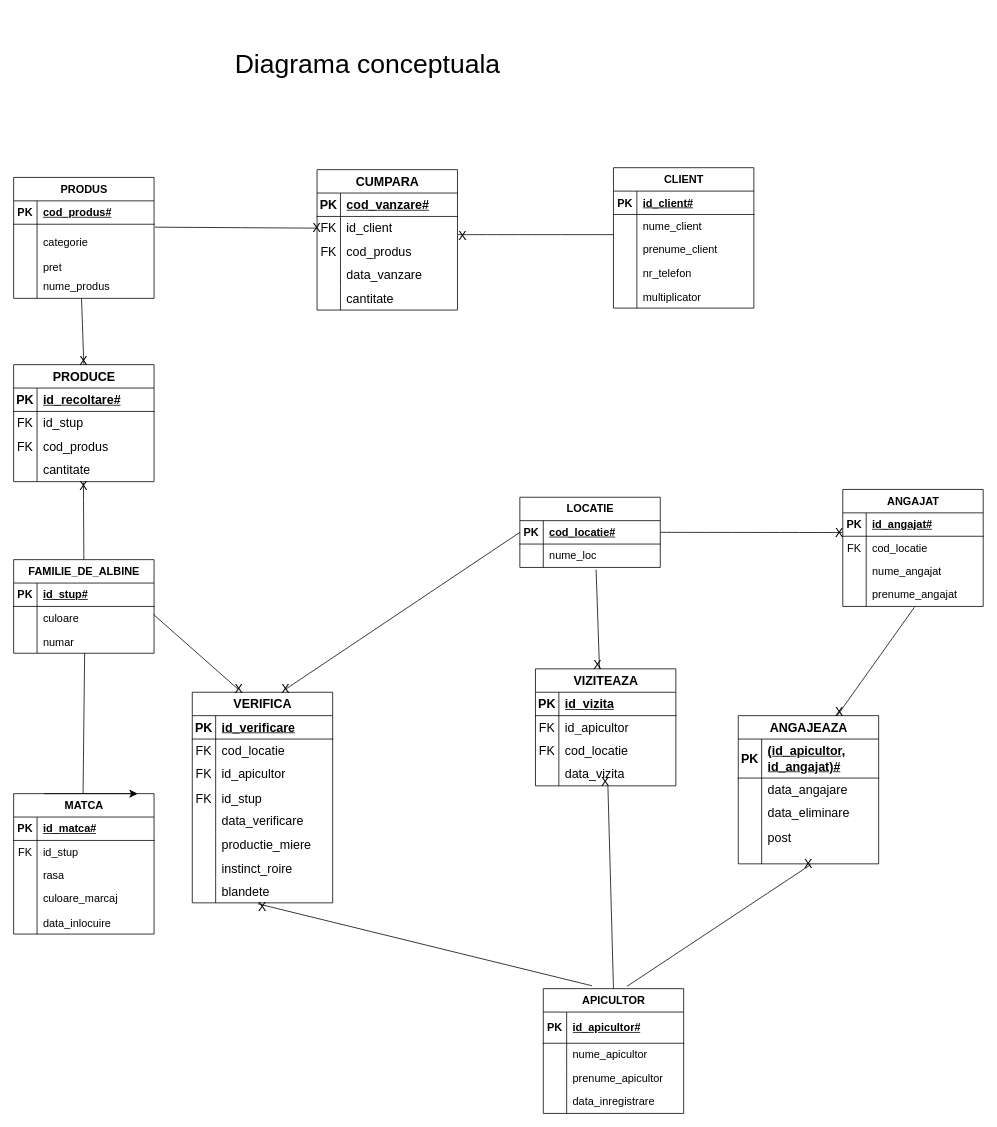
Before: page "Page-1" (1 of 2) of Database diagrams.drawio in Matoka26/DataBase-Stupina, a draw.io diagram. Source tidied: cells renumbered, new cells numbered last; positions are measured from the earlier drawing's top-left corner, leaving out a move shared by most shapes. Both pictures are drawn from the tidied source at 78%, with x=0, y=0 at pixel (13, 13).
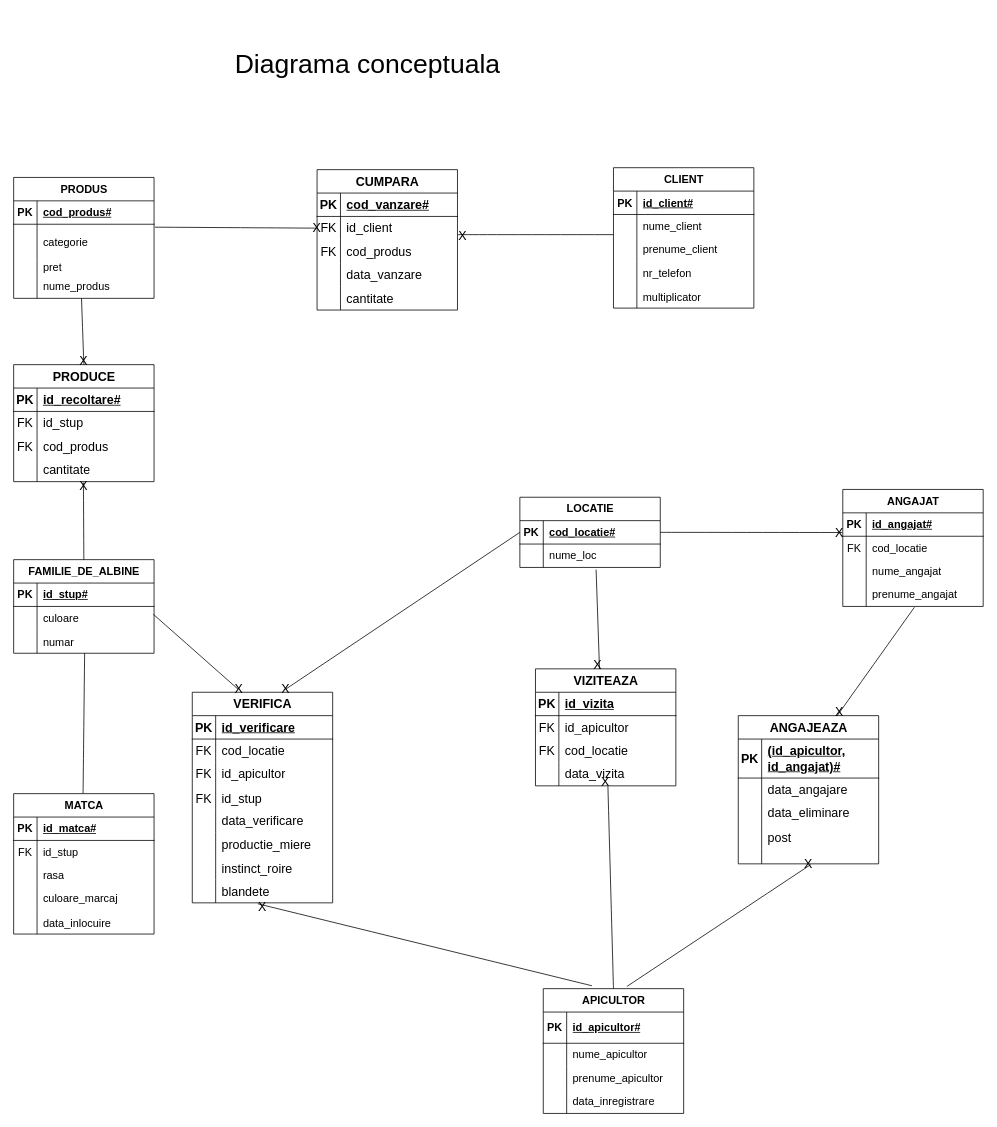
After the change.

Commit message:
sters sageata inutila

What changed in the source:
```diff
@@
-    <mxCell id="201" style="edgeStyle=none;orthogonalLoop=1;jettySize=auto;html=1;rounded=0;fontSize=12;startSize=8;endSize=8;curved=1;" parent="1" edge="1">
-      <mxGeometry relative="1" as="geometry">
-        <mxPoint x="39" y="1000" as="sourcePoint" />
-        <mxPoint x="159" y="1000" as="targetPoint" />
-      </mxGeometry>
-    </mxCell>
```
